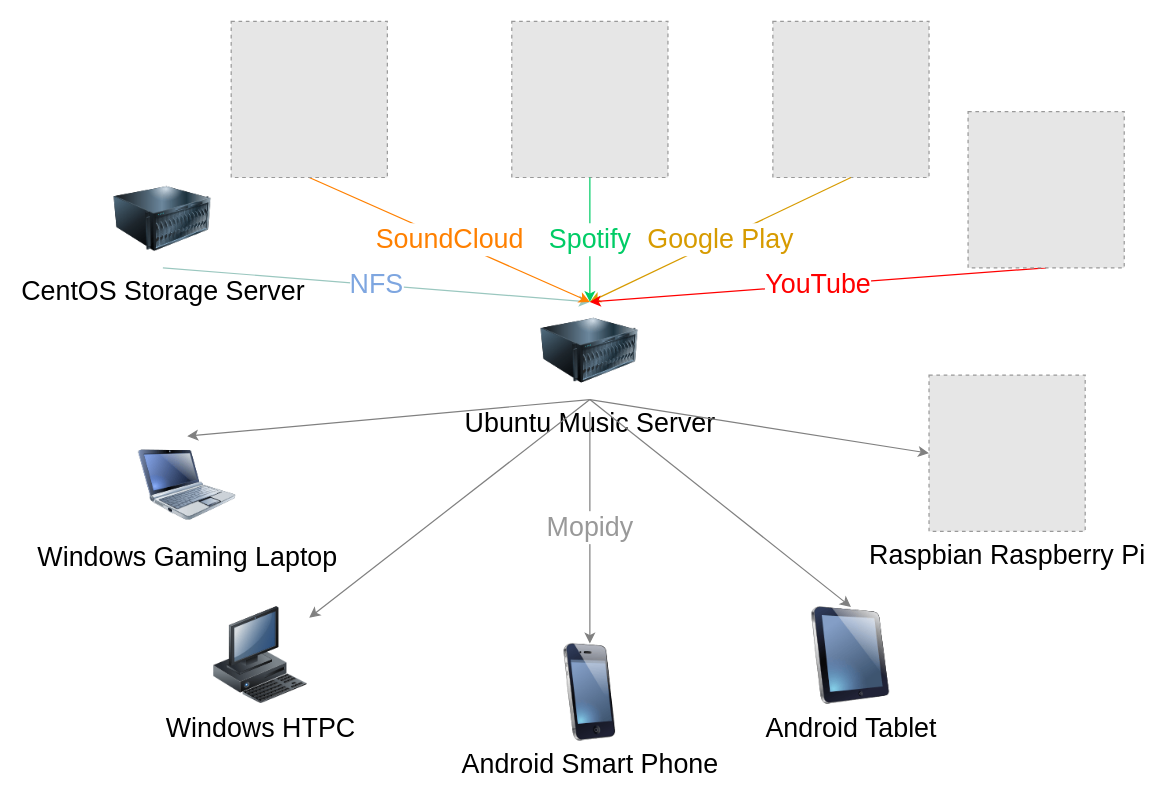
Before: Music Streaming Service.drawio in syedrali/architecture, a draw.io diagram. Source tidied: cells renumbered, new cells numbered last; positions are measured from the earlier drawing's top-left corner, leaving out a move shared by most shapes. Both pictures are drawn from the tidied source at 122%, with x=0, y=0 at pixel (113, 21). Pictures stored in the file or linked from it are replaced by grey dashed boxes.
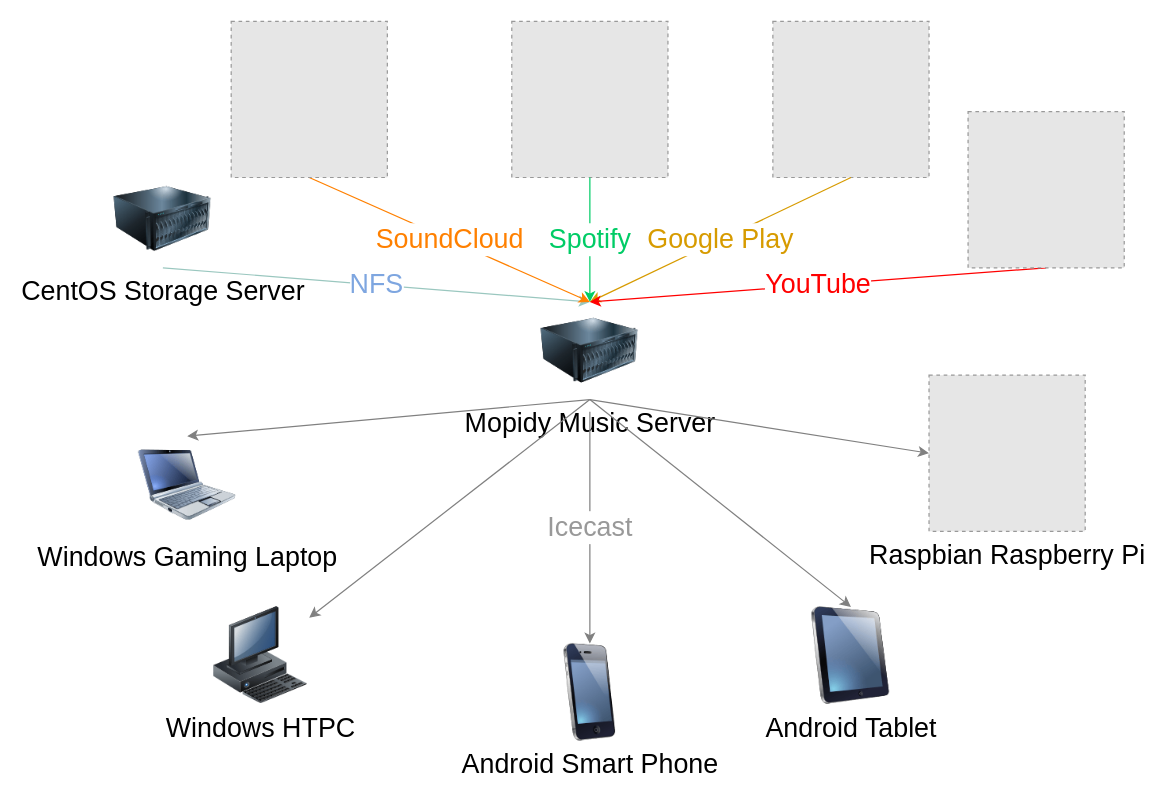
The same page after the edit.

Commit message (it also covers changes not shown here):
Changed diagram to show Icecast for streaming.

Unchanged cells that the change refers to:
```xml
<mxCell id="4" value="Android Smart Phone" style="image;html=1;labelBackgroundColor=#ffffff;image=img/lib/clip_art/telecommunication/iPhone_128x128.png;rounded=1;shadow=0;comic=0;strokeColor=#000000;strokeWidth=2;fillColor=#FFFFFF;fontSize=22;fontColor=#000000;" parent="1" vertex="1">
  <mxGeometry x="350" y="510" width="80" height="80" as="geometry" />
</mxCell>
```

The edit, as a diff of the source:
```diff
@@
-    <mxCell id="6" value="&lt;font style=&quot;font-size: 22px&quot;&gt;Ubuntu Music Server&lt;br&gt;&lt;/font&gt;" style="image;html=1;labelBackgroundColor=#ffffff;image=img/lib/clip_art/computers/Server_128x128.png;" parent="1" vertex="1">
+    <mxCell id="6" value="&lt;font style=&quot;font-size: 22px&quot;&gt;Mopidy Music Server&lt;br&gt;&lt;/font&gt;" style="image;html=1;labelBackgroundColor=#ffffff;image=img/lib/clip_art/computers/Server_128x128.png;" parent="1" vertex="1">
       <mxGeometry x="350" y="230" width="80" height="80" as="geometry" />
     </mxCell>
@@
-    <mxCell id="9" value="&lt;font style=&quot;font-size: 22px&quot;&gt;Mopidy&lt;/font&gt;" style="endArrow=classic;html=1;entryX=0.5;entryY=0;entryDx=0;entryDy=0;fontColor=#999999;strokeColor=#808080;" parent="1" edge="1" target="4">
+    <mxCell id="9" value="&lt;font style=&quot;font-size: 22px&quot;&gt;Icecast&lt;/font&gt;" style="endArrow=classic;html=1;entryX=0.5;entryY=0;entryDx=0;entryDy=0;fontColor=#999999;strokeColor=#808080;" parent="1" edge="1" target="4">
       <mxGeometry relative="1" as="geometry">
         <mxPoint x="390" y="320" as="sourcePoint" />
       </mxGeometry>
     </mxCell>
```
